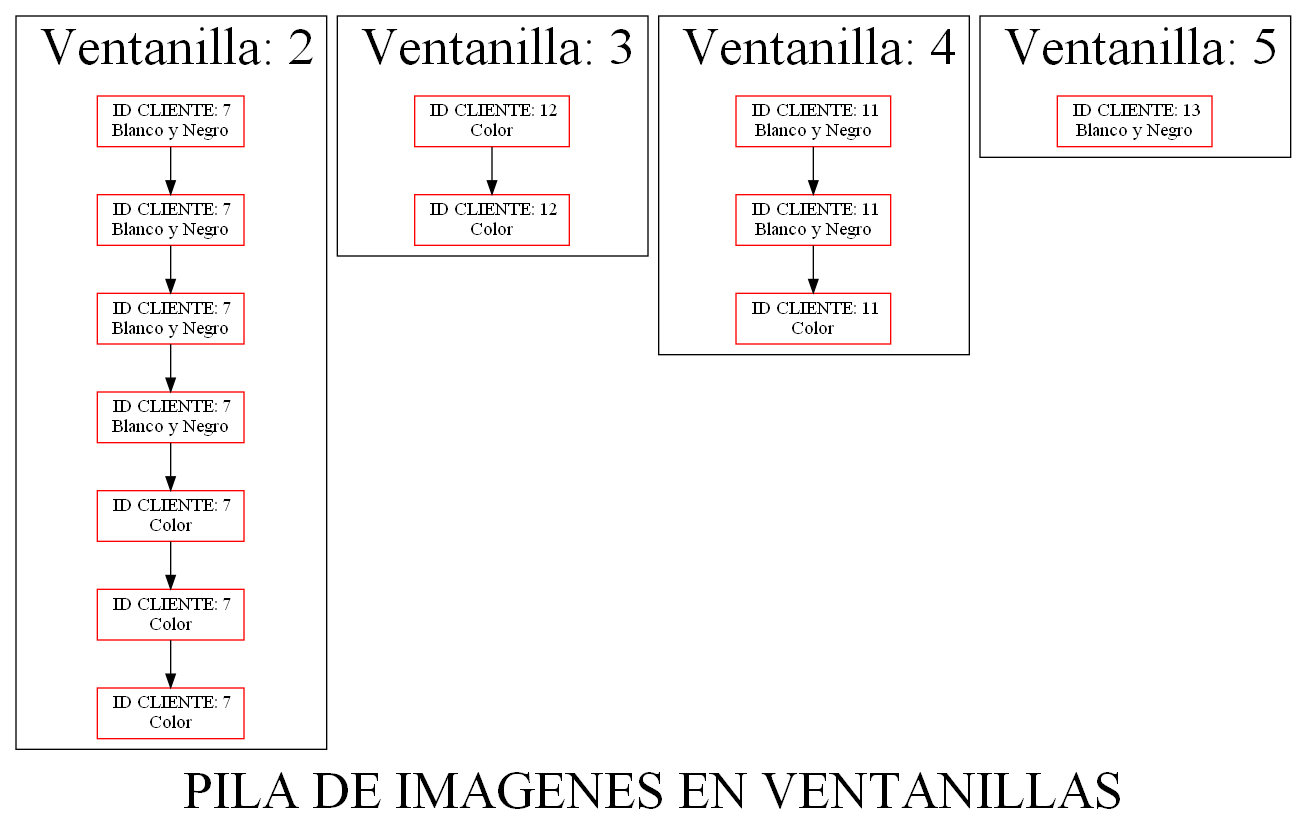
Earlier version of the Graphviz export pilaimg.png (hugosmhd/EDD_UDRAWING_202002793). Its source is kept beside it as pilaimg.dot.
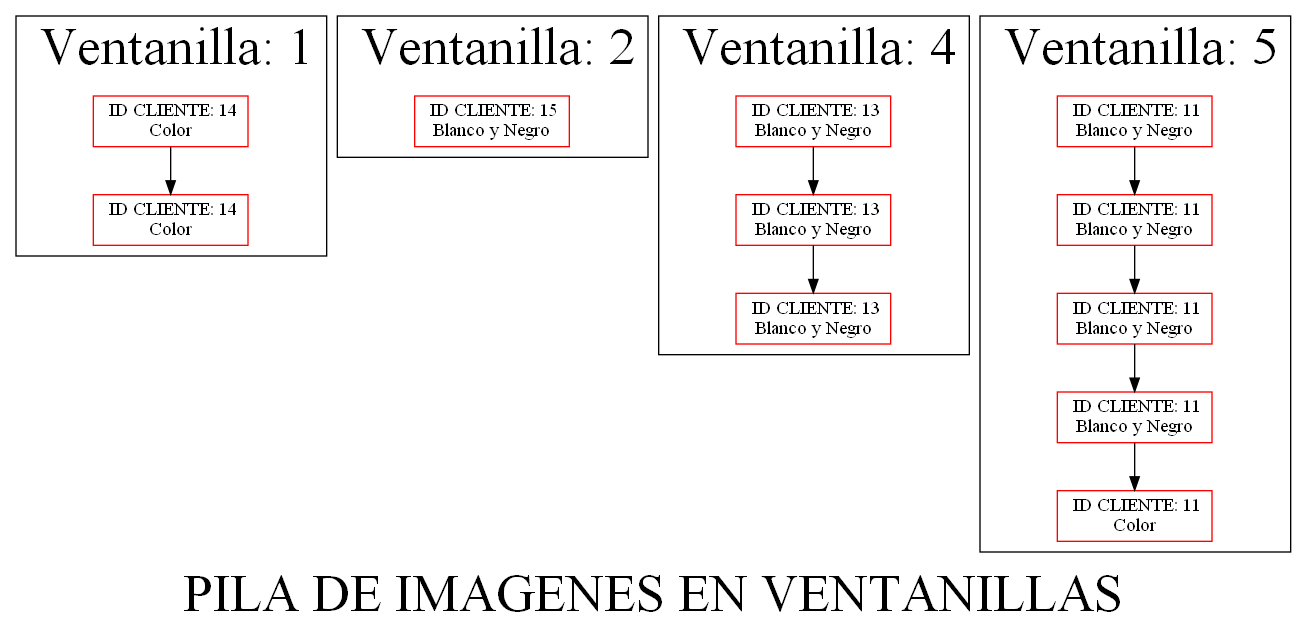
After the change.

Change to the diagram source:
```diff
@@ -4,47 +4,41 @@
 fontsize = 40;
 subgraph cluster_1{
 label = " Ventanilla: 1";
+nodo1480010240[label=" ID CLIENTE: 14
+Color"]
+nodo81628611[label=" ID CLIENTE: 14
+Color"]
+nodo1480010240 -> nodo81628611;
 }subgraph cluster_2{
 label = " Ventanilla: 2";
-nodo424058530[label=" ID CLIENTE: 7
+nodo1828972342[label=" ID CLIENTE: 15
 Blanco y Negro"]
-nodo321001045[label=" ID CLIENTE: 7
-Blanco y Negro"]
-nodo791452441[label=" ID CLIENTE: 7
-Blanco y Negro"]
-nodo834600351[label=" ID CLIENTE: 7
-Blanco y Negro"]
-nodo471910020[label=" ID CLIENTE: 7
-Color"]
-nodo531885035[label=" ID CLIENTE: 7
-Color"]
-nodo1418481495[label=" ID CLIENTE: 7
-Color"]
-nodo424058530 -> nodo321001045;
-nodo321001045 -> nodo791452441;
-nodo791452441 -> nodo834600351;
-nodo834600351 -> nodo471910020;
-nodo471910020 -> nodo531885035;
-nodo531885035 -> nodo1418481495;
 }subgraph cluster_3{
 label = " Ventanilla: 3";
-nodo303563356[label=" ID CLIENTE: 12
-Color"]
-nodo135721597[label=" ID CLIENTE: 12
-Color"]
-nodo303563356 -> nodo135721597;
 }subgraph cluster_4{
 label = " Ventanilla: 4";
-nodo142257191[label=" ID CLIENTE: 11
+nodo1452126962[label=" ID CLIENTE: 13
 Blanco y Negro"]
-nodo1044036744[label=" ID CLIENTE: 11
+nodo931919113[label=" ID CLIENTE: 13
 Blanco y Negro"]
-nodo1826771953[label=" ID CLIENTE: 11
-Color"]
-nodo142257191 -> nodo1044036744;
-nodo1044036744 -> nodo1826771953;
+nodo1607521710[label=" ID CLIENTE: 13
+Blanco y Negro"]
+nodo1452126962 -> nodo931919113;
+nodo931919113 -> nodo1607521710;
 }subgraph cluster_5{
 label = " Ventanilla: 5";
-nodo1406718218[label=" ID CLIENTE: 13
+nodo764977973[label=" ID CLIENTE: 11
 Blanco y Negro"]
+nodo381259350[label=" ID CLIENTE: 11
+Blanco y Negro"]
+nodo2129789493[label=" ID CLIENTE: 11
+Blanco y Negro"]
+nodo668386784[label=" ID CLIENTE: 11
+Blanco y Negro"]
+nodo1329552164[label=" ID CLIENTE: 11
+Color"]
+nodo764977973 -> nodo381259350;
+nodo381259350 -> nodo2129789493;
+nodo2129789493 -> nodo668386784;
+nodo668386784 -> nodo1329552164;
 }}
```
